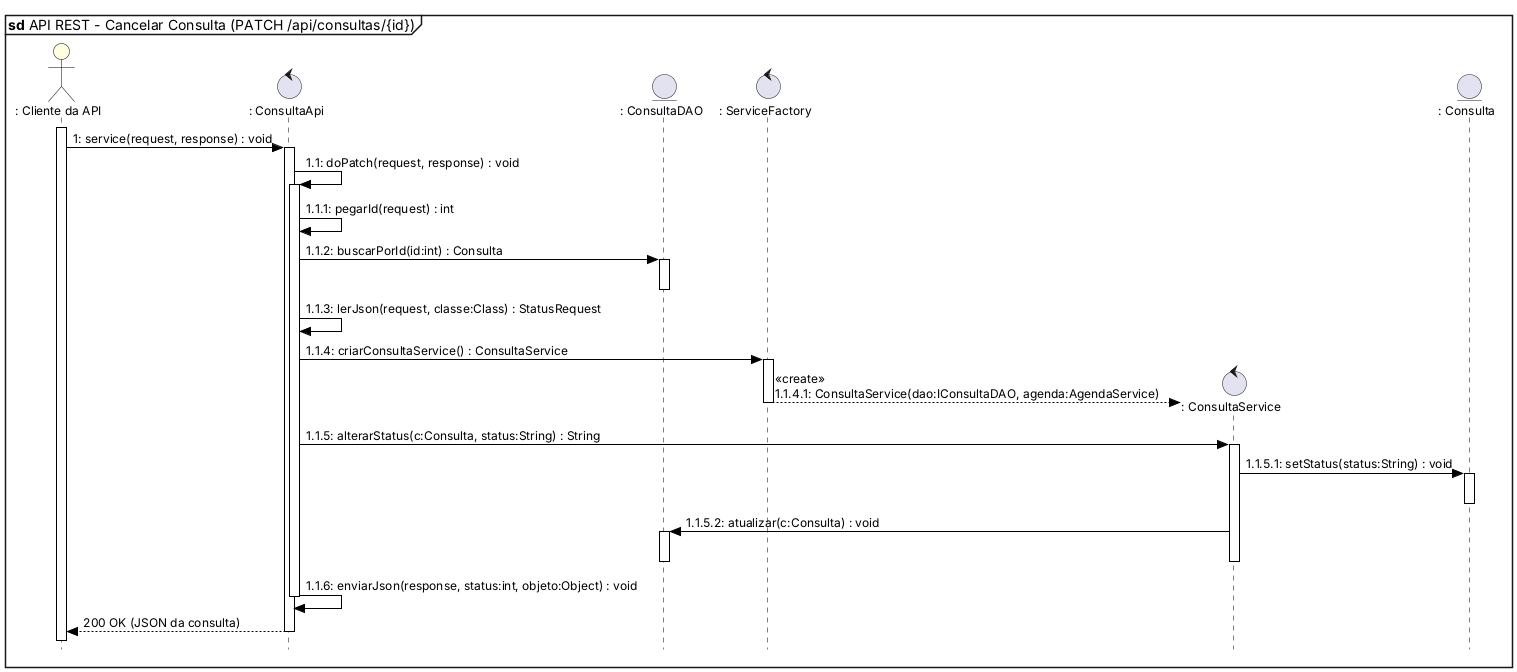
Before: docs/diagramas/png/DS02_API_Cancelar_Consulta.png, a diagram exported from PlantUML (giovanemateus/clinica-v2).
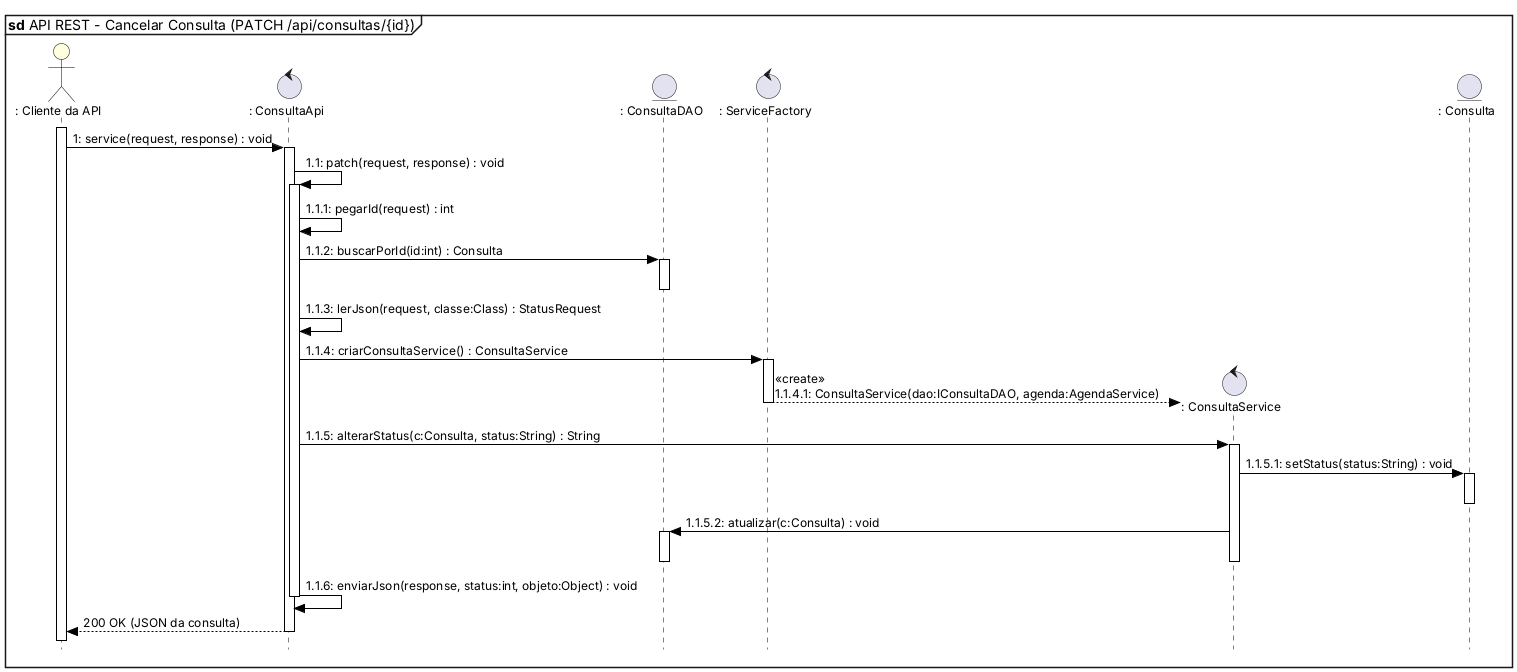
Above is the later version.

Change to the diagram source:
```diff
@@ -12,7 +12,7 @@
 activate cli
 cli -> api : 1: service(request, response) : void
 activate api
-api -> api : 1.1: doPatch(request, response) : void
+api -> api : 1.1: patch(request, response) : void
 activate api
 api -> api : 1.1.1: pegarId(request) : int
 api -> dao : 1.1.2: buscarPorId(id:int) : Consulta
```
